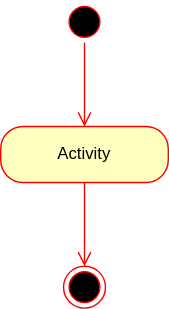
Earlier version of the draw.io export diagrams/Activity_Diagram_Start_End_Action.svg (ucudal/ANDIS_Conceptos). Source tidied: cells renumbered, new cells last; positions are measured from the earlier drawing's top-left corner, leaving out a move shared by most shapes. Its diagram source:
```xml
<mxGraphModel>
  <root>
    <mxCell id="0" />
    <mxCell id="1" parent="0" />
    <mxCell id="2" style="ellipse;html=1;shape=startState;fillColor=#000000;strokeColor=#ff0000;" parent="1" vertex="1">
      <mxGeometry x="45" width="30" height="30" as="geometry" />
    </mxCell>
    <mxCell id="3" style="edgeStyle=orthogonalEdgeStyle;html=1;verticalAlign=bottom;endArrow=open;endSize=8;strokeColor=#ff0000;" parent="1" edge="1" source="2" target="4">
      <mxGeometry relative="1" as="geometry" />
    </mxCell>
    <mxCell id="4" value="Activity" style="rounded=1;whiteSpace=wrap;html=1;arcSize=40;fontColor=#000000;fillColor=#ffffc0;strokeColor=#ff0000;" parent="1" vertex="1">
      <mxGeometry y="90" width="120" height="40" as="geometry" />
    </mxCell>
    <mxCell id="5" style="edgeStyle=orthogonalEdgeStyle;html=1;verticalAlign=bottom;endArrow=open;endSize=8;strokeColor=#ff0000;entryX=0.5;entryY=0;entryDx=0;entryDy=0;" parent="1" edge="1" source="4" target="6">
      <mxGeometry relative="1" as="geometry" />
    </mxCell>
    <mxCell id="6" style="ellipse;html=1;shape=endState;fillColor=#000000;strokeColor=#ff0000;" parent="1" vertex="1">
      <mxGeometry x="45" y="190" width="30" height="30" as="geometry" />
    </mxCell>
  </root>
</mxGraphModel>
```
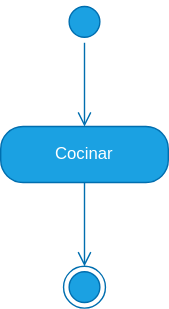
After the change.

Diff of the diagram source:
```diff
@@ -2,19 +2,19 @@
   <root>
     <mxCell id="0" />
     <mxCell id="1" parent="0" />
-    <mxCell id="2" style="ellipse;html=1;shape=startState;fillColor=#000000;strokeColor=#ff0000;" parent="1" vertex="1">
+    <mxCell id="2" style="ellipse;html=1;shape=startState;fillColor=#1ba1e2;strokeColor=#006EAF;fontColor=#ffffff;" parent="1" vertex="1">
       <mxGeometry x="45" width="30" height="30" as="geometry" />
     </mxCell>
-    <mxCell id="3" style="edgeStyle=orthogonalEdgeStyle;html=1;verticalAlign=bottom;endArrow=open;endSize=8;strokeColor=#ff0000;" parent="1" edge="1" source="2" target="4">
+    <mxCell id="3" style="edgeStyle=orthogonalEdgeStyle;html=1;verticalAlign=bottom;endArrow=open;endSize=8;strokeColor=#006EAF;fillColor=#1ba1e2;" parent="1" edge="1" source="2" target="4">
       <mxGeometry relative="1" as="geometry" />
     </mxCell>
-    <mxCell id="4" value="Activity" style="rounded=1;whiteSpace=wrap;html=1;arcSize=40;fontColor=#000000;fillColor=#ffffc0;strokeColor=#ff0000;" parent="1" vertex="1">
+    <mxCell id="4" value="Cocinar" style="rounded=1;whiteSpace=wrap;html=1;arcSize=40;fontColor=#ffffff;fillColor=#1ba1e2;strokeColor=#006EAF;" parent="1" vertex="1">
       <mxGeometry y="90" width="120" height="40" as="geometry" />
     </mxCell>
-    <mxCell id="5" style="edgeStyle=orthogonalEdgeStyle;html=1;verticalAlign=bottom;endArrow=open;endSize=8;strokeColor=#ff0000;entryX=0.5;entryY=0;entryDx=0;entryDy=0;" parent="1" edge="1" source="4" target="6">
+    <mxCell id="5" style="edgeStyle=orthogonalEdgeStyle;html=1;verticalAlign=bottom;endArrow=open;endSize=8;strokeColor=#006EAF;entryX=0.5;entryY=0;entryDx=0;entryDy=0;fillColor=#1ba1e2;" parent="1" edge="1" source="4" target="6">
       <mxGeometry relative="1" as="geometry" />
     </mxCell>
-    <mxCell id="6" style="ellipse;html=1;shape=endState;fillColor=#000000;strokeColor=#ff0000;" parent="1" vertex="1">
+    <mxCell id="6" style="ellipse;html=1;shape=endState;fillColor=#1ba1e2;strokeColor=#006EAF;fontColor=#ffffff;" parent="1" vertex="1">
       <mxGeometry x="45" y="190" width="30" height="30" as="geometry" />
     </mxCell>
   </root>
```
